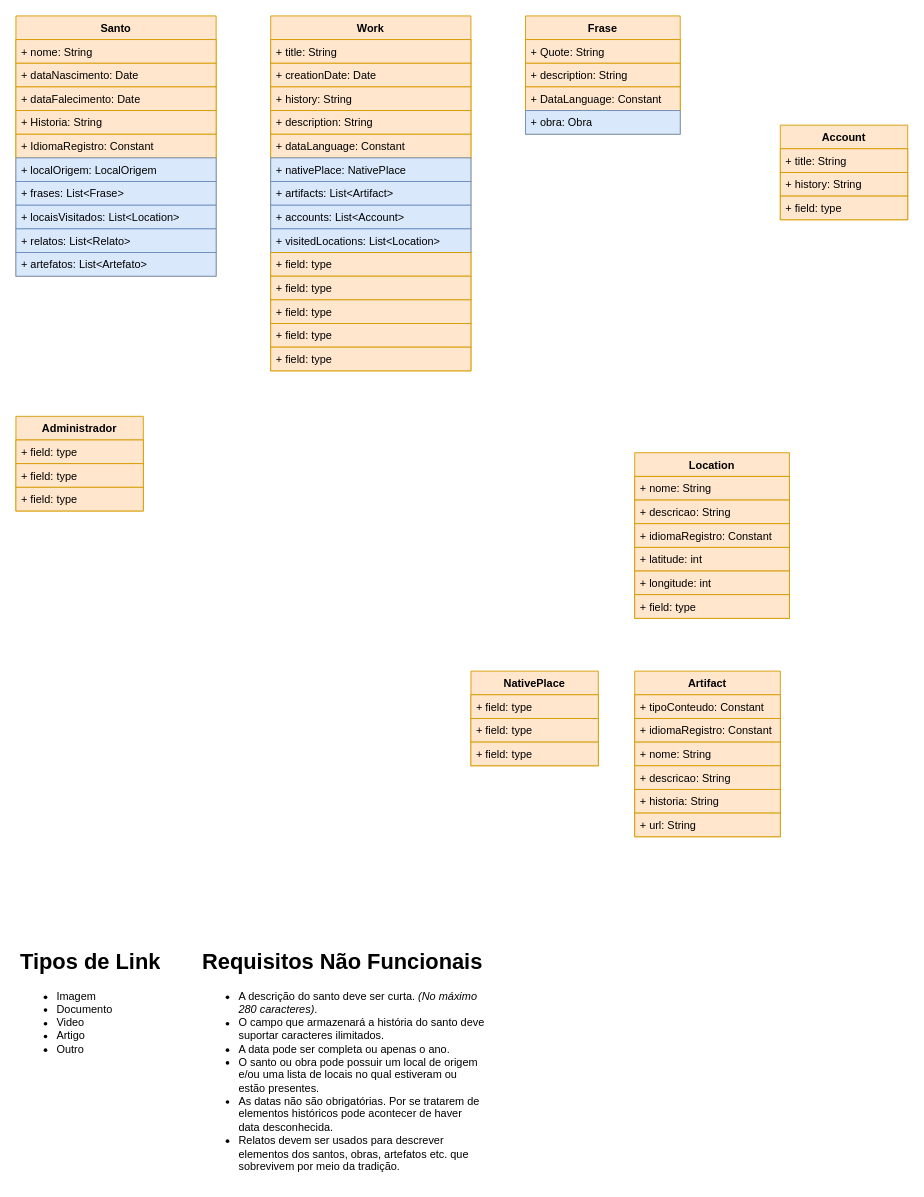
the-catholics/Saints-API keeps this draw.io diagram as page "ClassDiagram" (2 of 2) of Documentation/Untitled Diagram.drawio. Above is the earlier version. Source tidied: cells renumbered, new cells numbered last; positions are measured from the earlier drawing's top-left corner, leaving out a move shared by most shapes. Both pictures are drawn from the tidied source at 91%, with x=0, y=0 at pixel (15, 15).
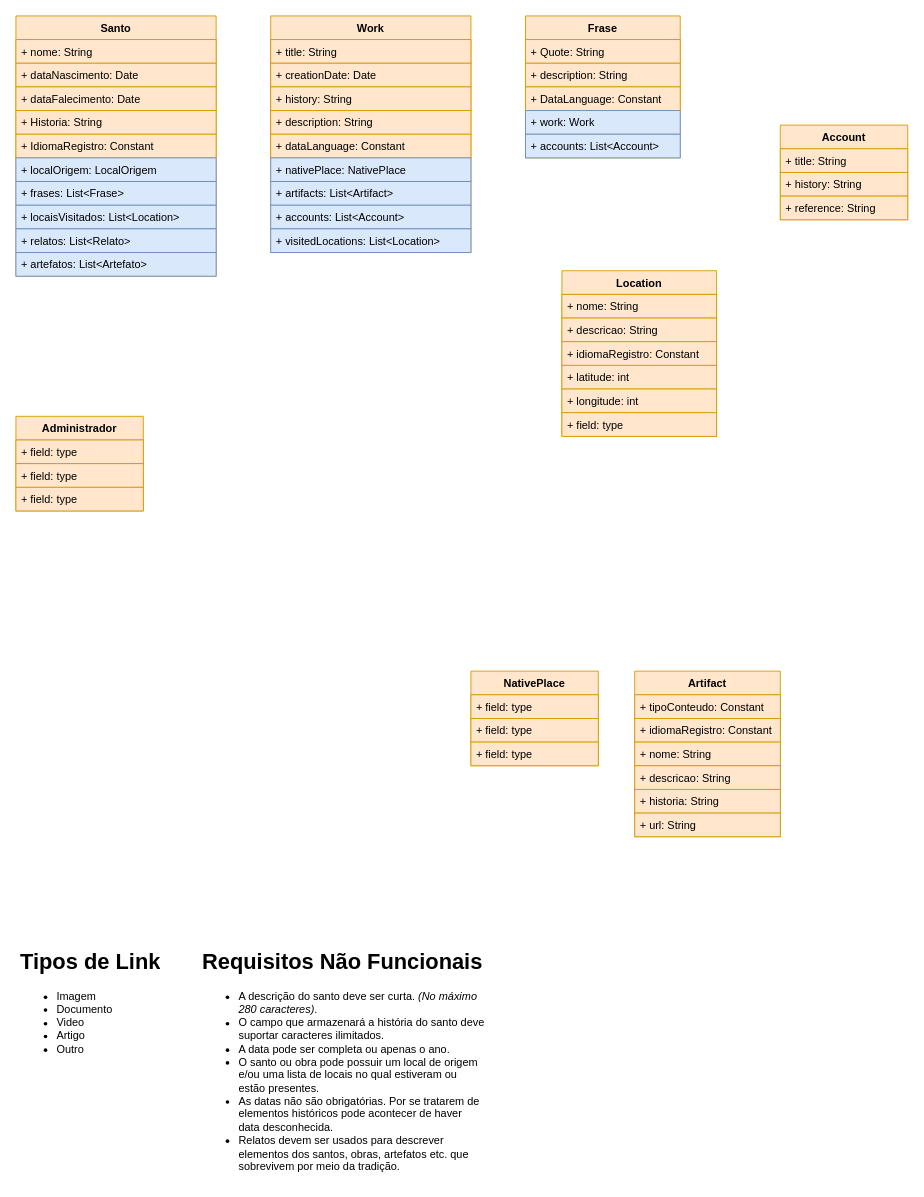
After the change.

The change refers to these unchanged cells:
```xml
<mxCell id="38" value="Account" style="swimlane;fontStyle=1;horizontal=1;startSize=26;fillColor=#ffe6cc;strokeColor=#d79b00;" parent="1" vertex="1">
  <mxGeometry x="840" y="120" width="140" height="104" as="geometry" />
</mxCell>
```

Diff of the diagram source:
```diff
@@
     <mxCell id="2" value="Work" style="swimlane;fontStyle=1;horizontal=1;startSize=26;fillColor=#ffe6cc;strokeColor=#d79b00;" parent="1" vertex="1">
-      <mxGeometry x="280" width="220" height="390" as="geometry" />
+      <mxGeometry x="280" width="220" height="260" as="geometry" />
     </mxCell>
@@
-    <mxCell id="12" value="+ field: type" style="text;strokeColor=#d79b00;fillColor=#ffe6cc;align=left;verticalAlign=top;spacingLeft=4;spacingRight=4;overflow=hidden;" parent="2" vertex="1">
-      <mxGeometry y="260" width="220" height="26" as="geometry" />
-    </mxCell>
-    <mxCell id="13" value="+ field: type" style="text;strokeColor=#d79b00;fillColor=#ffe6cc;align=left;verticalAlign=top;spacingLeft=4;spacingRight=4;overflow=hidden;" parent="2" vertex="1">
-      <mxGeometry y="286" width="220" height="26" as="geometry" />
-    </mxCell>
-    <mxCell id="14" value="+ field: type" style="text;strokeColor=#d79b00;fillColor=#ffe6cc;align=left;verticalAlign=top;spacingLeft=4;spacingRight=4;overflow=hidden;" parent="2" vertex="1">
-      <mxGeometry y="312" width="220" height="26" as="geometry" />
-    </mxCell>
-    <mxCell id="15" value="+ field: type" style="text;strokeColor=#d79b00;fillColor=#ffe6cc;align=left;verticalAlign=top;spacingLeft=4;spacingRight=4;overflow=hidden;" parent="2" vertex="1">
-      <mxGeometry y="338" width="220" height="26" as="geometry" />
-    </mxCell>
-    <mxCell id="16" value="+ field: type" style="text;strokeColor=#d79b00;fillColor=#ffe6cc;align=left;verticalAlign=top;spacingLeft=4;spacingRight=4;overflow=hidden;" parent="2" vertex="1">
-      <mxGeometry y="364" width="220" height="26" as="geometry" />
-    </mxCell>
@@
     <mxCell id="28" value="Frase" style="swimlane;fontStyle=1;horizontal=1;startSize=26;fillColor=#ffe6cc;strokeColor=#d79b00;" parent="1" vertex="1">
-      <mxGeometry x="560" width="170" height="130" as="geometry" />
+      <mxGeometry x="560" width="170" height="156" as="geometry" />
     </mxCell>
@@
-    <mxCell id="32" value="+ obra: Obra" style="text;strokeColor=#6c8ebf;fillColor=#dae8fc;align=left;verticalAlign=top;spacingLeft=4;spacingRight=4;overflow=hidden;" parent="28" vertex="1">
+    <mxCell id="32" value="+ work: Work" style="text;strokeColor=#6c8ebf;fillColor=#dae8fc;align=left;verticalAlign=top;spacingLeft=4;spacingRight=4;overflow=hidden;" parent="28" vertex="1">
       <mxGeometry y="104" width="170" height="26" as="geometry" />
     </mxCell>
+    <mxCell id="61" value="+ accounts: List&lt;Account&gt;" style="text;strokeColor=#6c8ebf;fillColor=#dae8fc;align=left;verticalAlign=top;spacingLeft=4;spacingRight=4;overflow=hidden;" parent="28" vertex="1">
+      <mxGeometry y="130" width="170" height="26" as="geometry" />
+    </mxCell>
@@
-    <mxCell id="41" value="+ field: type" style="text;strokeColor=#d79b00;fillColor=#ffe6cc;align=left;verticalAlign=top;spacingLeft=4;spacingRight=4;overflow=hidden;" parent="38" vertex="1">
+    <mxCell id="41" value="+ reference: String" style="text;strokeColor=#d79b00;fillColor=#ffe6cc;align=left;verticalAlign=top;spacingLeft=4;spacingRight=4;overflow=hidden;" parent="38" vertex="1">
       <mxGeometry y="78" width="140" height="26" as="geometry" />
     </mxCell>
     <mxCell id="42" value="Location" style="swimlane;fontStyle=1;horizontal=1;startSize=26;fillColor=#ffe6cc;strokeColor=#d79b00;" parent="1" vertex="1">
-      <mxGeometry x="680" y="480" width="170" height="182" as="geometry" />
+      <mxGeometry x="600" y="280" width="170" height="182" as="geometry" />
     </mxCell>
```
